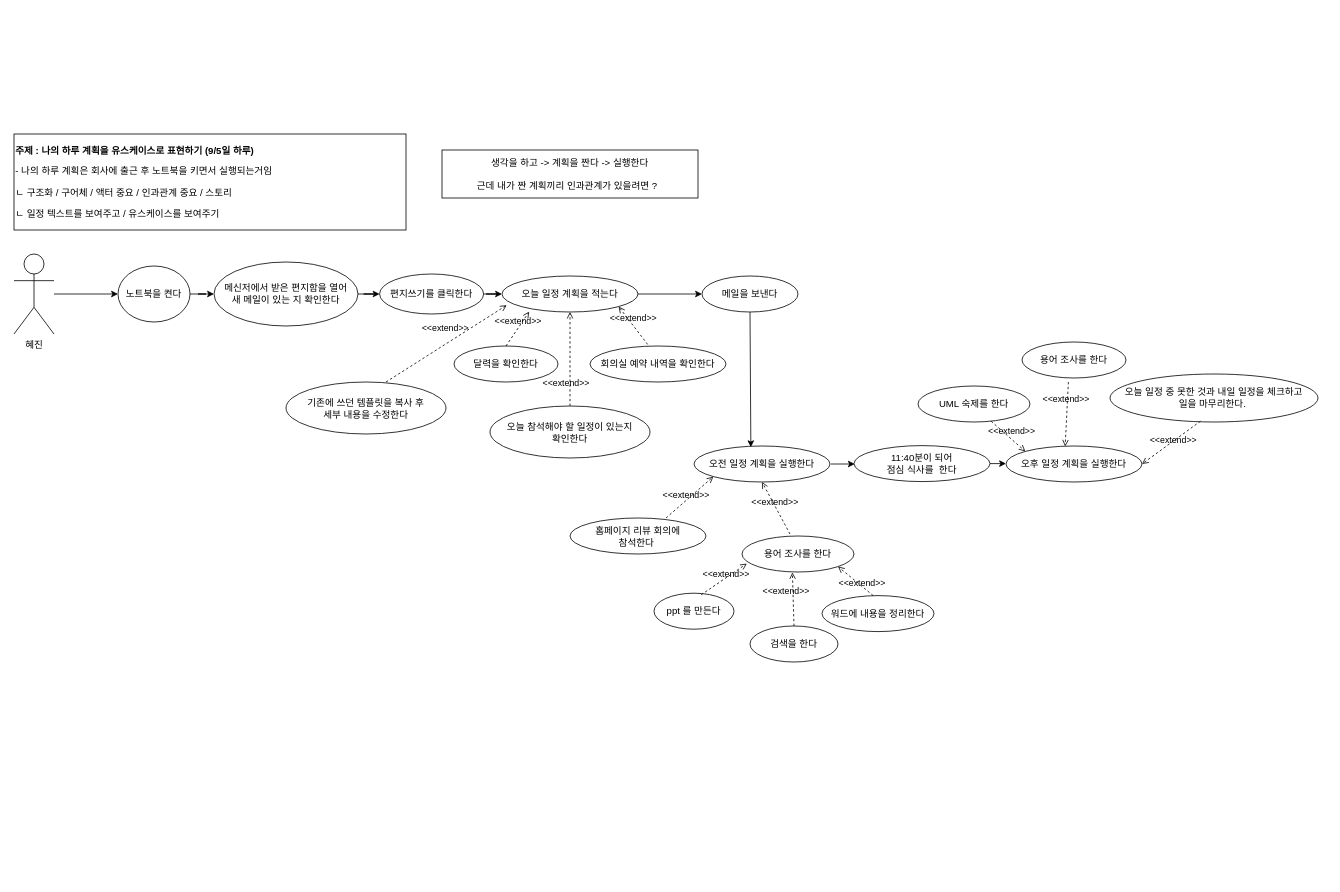
Above: usecase_diagram/dailyPlan(0901).drawio in Jin-bright/diagram_study (draw.io), before the change. Source tidied: cells renumbered, new cells numbered last; positions are measured from the earlier drawing's top-left corner, leaving out a move shared by most shapes. Both pictures are drawn from the tidied source at 80%, with x=0, y=0 at pixel (14, 134).
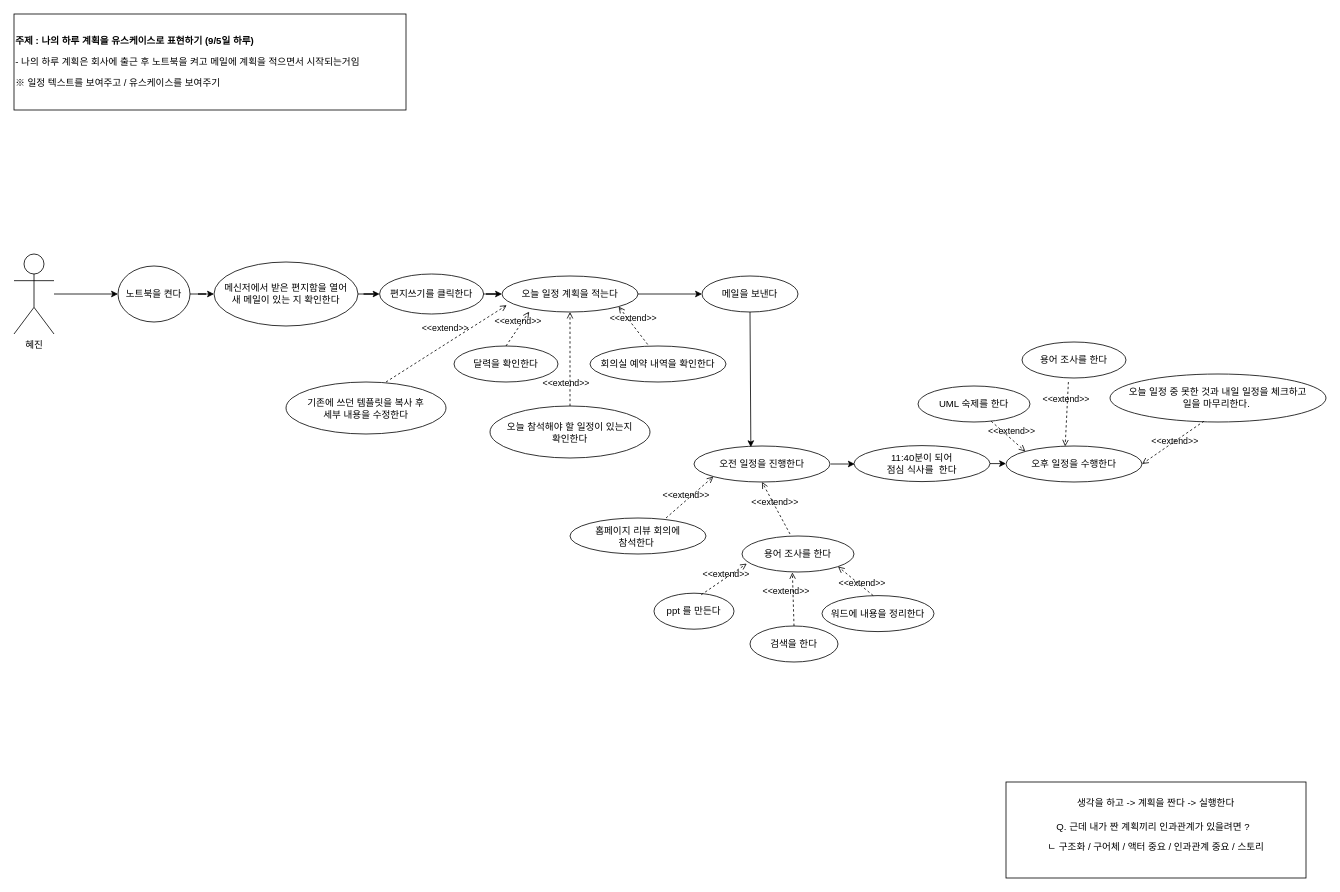
Above is the later version.

Change to the diagram source:
```diff
@@
-    <mxCell id="2" value="생각을 하고 -&amp;gt; 계획을 짠다 -&amp;gt; 실행한다&lt;br&gt;&lt;br&gt;근데 내가 짠 계획끼리 인과관계가 있을려면 ?&amp;nbsp;&amp;nbsp;" style="rounded=0;whiteSpace=wrap;html=1;" parent="1" vertex="1">
-      <mxGeometry x="535" y="20" width="320" height="60" as="geometry" />
+    <mxCell id="2" value="생각을 하고 -&amp;gt; 계획을 짠다 -&amp;gt; 실행한다&lt;br&gt;&lt;br&gt;Q. 근데 내가 짠 계획끼리 인과관계가 있을려면 ?&amp;nbsp;&amp;nbsp;&lt;br&gt;&lt;p style=&quot;border-color: var(--border-color); text-align: left;&quot;&gt;ㄴ 구조화 / 구어체 / 액터 중요 / 인과관계 중요 / 스토리&lt;/p&gt;" style="rounded=0;whiteSpace=wrap;html=1;" parent="1" vertex="1">
+      <mxGeometry x="1240" y="810" width="375" height="120" as="geometry" />
     </mxCell>
-    <mxCell id="3" value="&lt;p&gt;&lt;strong&gt;주제 : 나의 하루 계획을 유스케이스로 표현하기 (9/5일 하루)&lt;/strong&gt;&lt;/p&gt;- 나의 하루 계획은 회사에 출근 후 노트북을 키면서 실행되는거임&amp;nbsp;&lt;br&gt;&lt;p&gt;ㄴ 구조화  / 구어체 / 액터 중요 / 인과관계 중요  / 스토리&lt;/p&gt;&lt;p&gt;&lt;span style=&quot;background-color: initial;&quot;&gt;ㄴ 일정 텍스트를 보여주고 / 유스케이스를 보여주기&lt;/span&gt;&lt;/p&gt;" style="rounded=0;whiteSpace=wrap;html=1;align=left;" parent="1" vertex="1">
-      <mxGeometry width="490" height="120" as="geometry" />
+    <mxCell id="3" value="&lt;p&gt;&lt;strong&gt;주제 : 나의 하루 계획을 유스케이스로 표현하기 (9/5일 하루)&lt;/strong&gt;&lt;/p&gt;- 나의 하루 계획은 회사에 출근 후 노트북을 켜고 메일에 계획을 적으면서 시작되는거임&amp;nbsp;&lt;br&gt;&lt;p&gt;&lt;span style=&quot;background-color: initial;&quot;&gt;※ 일정 텍스트를 보여주고 / 유스케이스를 보여주기&lt;/span&gt;&lt;br&gt;&lt;/p&gt;" style="rounded=0;whiteSpace=wrap;html=1;align=left;" parent="1" vertex="1">
+      <mxGeometry y="-150" width="490" height="120" as="geometry" />
     </mxCell>
@@
-    <mxCell id="5" value="오전 일정 계획을 실행한다" style="ellipse;whiteSpace=wrap;html=1;" parent="1" vertex="1">
+    <mxCell id="5" value="오전 일정을 진행한다" style="ellipse;whiteSpace=wrap;html=1;" parent="1" vertex="1">
       <mxGeometry x="850" y="390" width="170" height="45" as="geometry" />
     </mxCell>
@@
     <mxCell id="9" value="오늘 일정 중 못한 것과 내일 일정을 체크하고&lt;br&gt;일을 마무리한다.&amp;nbsp;" style="ellipse;whiteSpace=wrap;html=1;" parent="1" vertex="1">
-      <mxGeometry x="1370" y="300" width="260" height="60" as="geometry" />
+      <mxGeometry x="1370" y="300" width="270" height="60" as="geometry" />
     </mxCell>
-    <mxCell id="10" value="오후 일정 계획을 실행한다" style="ellipse;whiteSpace=wrap;html=1;" parent="1" vertex="1">
+    <mxCell id="10" value="오후 일정을 수행한다" style="ellipse;whiteSpace=wrap;html=1;" parent="1" vertex="1">
       <mxGeometry x="1240" y="390" width="170" height="45" as="geometry" />
     </mxCell>
```
